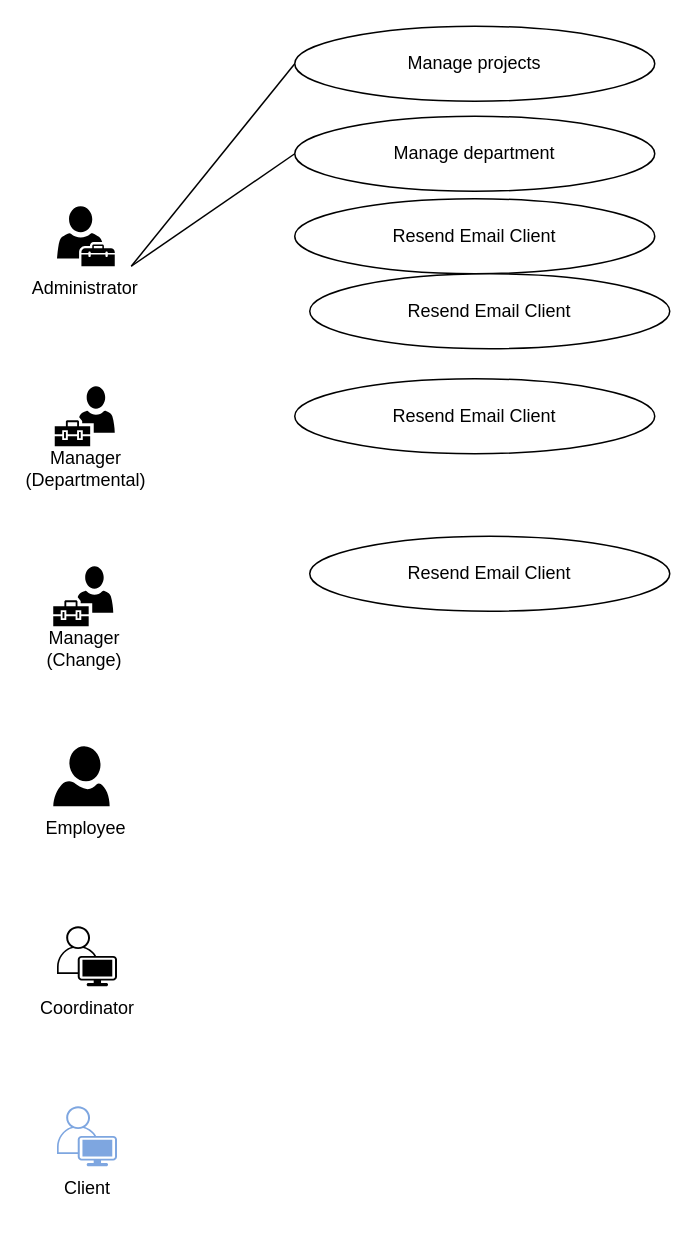
BenHelal/controleMudancas keeps this draw.io diagram as Diagramme du cas d’utilisation.drawio. Above is the earlier version. Source tidied: cells renumbered, new cells numbered last; positions are measured from the earlier drawing's top-left corner, leaving out a move shared by most shapes. Both pictures are drawn from the tidied source at 150%, with x=0, y=0 at pixel (39, 26).
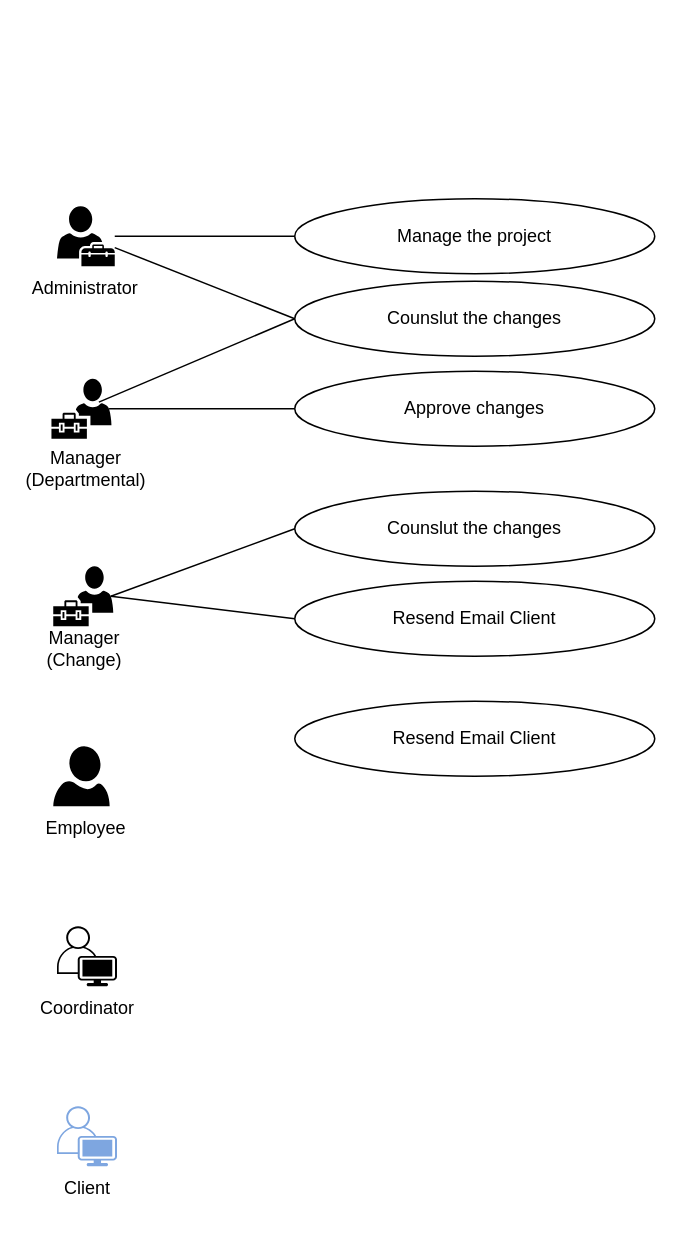
After the change.

The change refers to these unchanged cells:
```xml
<mxCell id="2" style="sketch=0;shadow=0;dashed=0;html=1;strokeColor=none;fillColor=#000000;labelPosition=center;verticalLabelPosition=bottom;verticalAlign=top;outlineConnect=0;align=center;shape=mxgraph.office.users.tenant_admin;" parent="1" vertex="1">
  <mxGeometry x="11.5" y="120" width="38.5" height="40" as="geometry" />
</mxCell>
<mxCell id="8" style="sketch=0;shadow=0;dashed=0;html=1;strokeColor=none;labelPosition=center;verticalLabelPosition=bottom;verticalAlign=top;align=center;fillColor=#000000;shape=mxgraph.mscae.intune.user_management;" parent="1" vertex="1">
  <mxGeometry x="9" y="360" width="40" height="40" as="geometry" />
</mxCell>
```

What changed in the source:
```diff
@@
     <mxCell id="3" style="sketch=0;shadow=0;dashed=0;html=1;strokeColor=none;labelPosition=center;verticalLabelPosition=bottom;verticalAlign=top;align=center;fillColor=#000000;shape=mxgraph.mscae.intune.user_management;" parent="1" vertex="1">
-      <mxGeometry x="10" y="240" width="40" height="40" as="geometry" />
+      <mxGeometry x="7.8" y="235" width="40" height="40" as="geometry" />
     </mxCell>
@@
     <mxCell id="7" value="Administrator" style="text;html=1;strokeColor=none;fillColor=none;align=center;verticalAlign=middle;whiteSpace=wrap;rounded=0;" parent="1" vertex="1">
-      <mxGeometry y="160" width="61" height="30" as="geometry" />
+      <mxGeometry x="0.2" y="160" width="61" height="30" as="geometry" />
     </mxCell>
@@
-    <mxCell id="14" value="Manage projects" style="ellipse;whiteSpace=wrap;html=1;" parent="1" vertex="1">
-      <mxGeometry x="170" width="240" height="50" as="geometry" />
+    <mxCell id="14" value="Manage the project" style="ellipse;whiteSpace=wrap;html=1;" parent="1" vertex="1">
+      <mxGeometry x="170" y="115" width="240" height="50" as="geometry" />
     </mxCell>
-    <mxCell id="15" style="endArrow=none;html=1;rounded=0;exitX=1;exitY=0;exitDx=0;exitDy=0;entryX=0;entryY=0.5;entryDx=0;entryDy=0;" parent="1" edge="1" source="7" target="14">
+    <mxCell id="15" style="endArrow=none;html=1;rounded=0;entryX=0;entryY=0.5;entryDx=0;entryDy=0;" parent="1" edge="1" source="2" target="14">
       <mxGeometry relative="1" as="geometry" />
     </mxCell>
-    <mxCell id="16" value="Manage department" style="ellipse;whiteSpace=wrap;html=1;" parent="1" vertex="1">
-      <mxGeometry x="170" y="60" width="240" height="50" as="geometry" />
-    </mxCell>
-    <mxCell id="17" style="endArrow=none;html=1;rounded=0;exitX=1;exitY=0;exitDx=0;exitDy=0;entryX=0;entryY=0.5;entryDx=0;entryDy=0;" parent="1" edge="1" source="7" target="16">
-      <mxGeometry relative="1" as="geometry" />
-    </mxCell>
-    <mxCell id="18" value="Resend Email Client" style="ellipse;whiteSpace=wrap;html=1;" parent="1" vertex="1">
-      <mxGeometry x="170" y="115" width="240" height="50" as="geometry" />
-    </mxCell>
-    <mxCell id="19" value="Resend Email Client" style="ellipse;whiteSpace=wrap;html=1;" parent="1" vertex="1">
-      <mxGeometry x="180" y="165" width="240" height="50" as="geometry" />
+    <mxCell id="19" value="Approve changes" style="ellipse;whiteSpace=wrap;html=1;" parent="1" vertex="1">
+      <mxGeometry x="170" y="230" width="240" height="50" as="geometry" />
     </mxCell>
     <mxCell id="20" value="Resend Email Client" style="ellipse;whiteSpace=wrap;html=1;" parent="1" vertex="1">
-      <mxGeometry x="170" y="235" width="240" height="50" as="geometry" />
+      <mxGeometry x="170" y="370" width="240" height="50" as="geometry" />
     </mxCell>
     <mxCell id="21" value="Resend Email Client" style="ellipse;whiteSpace=wrap;html=1;" parent="1" vertex="1">
-      <mxGeometry x="180" y="340" width="240" height="50" as="geometry" />
+      <mxGeometry x="170" y="450" width="240" height="50" as="geometry" />
     </mxCell>
+    <mxCell id="22" style="endArrow=none;html=1;rounded=0;exitX=0.96;exitY=0.5;exitDx=0;exitDy=0;entryX=0;entryY=0.5;entryDx=0;entryDy=0;exitPerimeter=0;" parent="1" edge="1" source="3" target="19">
+      <mxGeometry relative="1" as="geometry" />
+    </mxCell>
+    <mxCell id="23" value="Counslut the changes" style="ellipse;whiteSpace=wrap;html=1;" parent="1" vertex="1">
+      <mxGeometry x="170" y="170" width="240" height="50" as="geometry" />
+    </mxCell>
+    <mxCell id="24" style="endArrow=none;html=1;rounded=0;entryX=0;entryY=0.5;entryDx=0;entryDy=0;" parent="1" edge="1" source="2" target="23">
+      <mxGeometry relative="1" as="geometry" />
+    </mxCell>
+    <mxCell id="25" style="endArrow=none;html=1;rounded=0;exitX=0.79;exitY=0.39;exitDx=0;exitDy=0;entryX=0;entryY=0.5;entryDx=0;entryDy=0;exitPerimeter=0;" parent="1" edge="1" source="3" target="23">
+      <mxGeometry relative="1" as="geometry" />
+    </mxCell>
+    <mxCell id="26" value="Counslut the changes" style="ellipse;whiteSpace=wrap;html=1;" parent="1" vertex="1">
+      <mxGeometry x="170" y="310" width="240" height="50" as="geometry" />
+    </mxCell>
+    <mxCell id="27" style="endArrow=none;html=1;rounded=0;exitX=0.96;exitY=0.5;exitDx=0;exitDy=0;entryX=0;entryY=0.5;entryDx=0;entryDy=0;exitPerimeter=0;" parent="1" edge="1" source="8" target="20">
+      <mxGeometry relative="1" as="geometry" />
+    </mxCell>
+    <mxCell id="28" style="endArrow=none;html=1;rounded=0;exitX=0.96;exitY=0.5;exitDx=0;exitDy=0;entryX=0;entryY=0.5;entryDx=0;entryDy=0;exitPerimeter=0;" parent="1" edge="1" source="8" target="26">
+      <mxGeometry relative="1" as="geometry" />
+    </mxCell>
```
